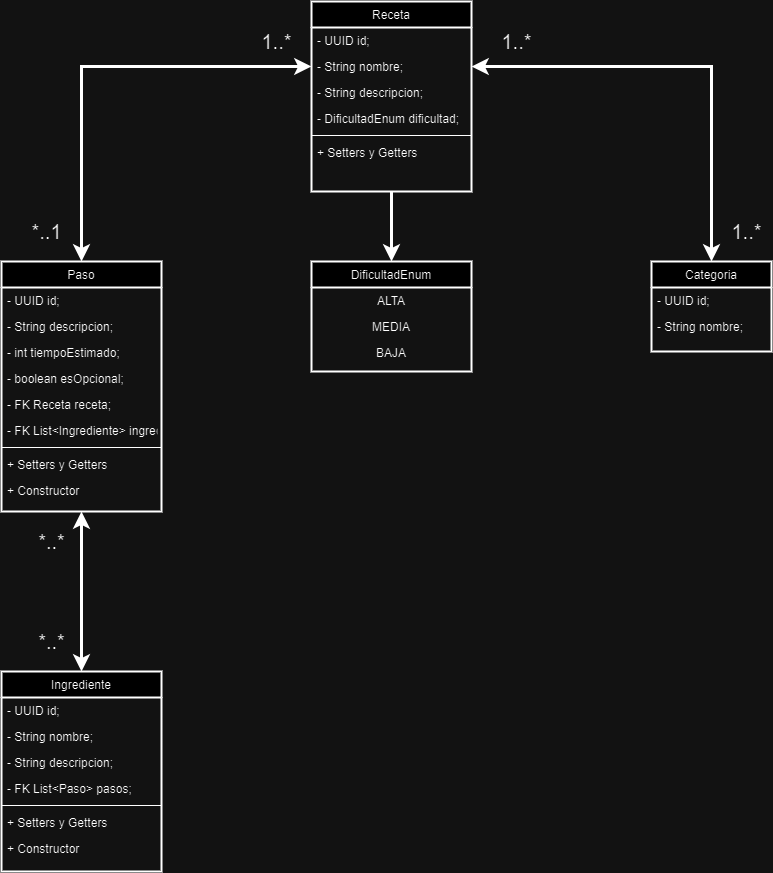
The draw.io diagram Diagrama Gestion Recetas.drawio.png in JerezCFranco/API-Gestion-Recetas-Cocina, before a commit. Source tidied: cells renumbered, new cells last; positions are measured from the earlier drawing's top-left corner, leaving out a move shared by most shapes. Source of this version:
```xml
<mxGraphModel>
  <root>
    <mxCell id="0" />
    <mxCell id="1" parent="0" />
    <mxCell id="2" value="Paso" style="swimlane;fontStyle=0;align=center;verticalAlign=top;horizontal=1;startSize=26;rounded=0;shadow=0;strokeWidth=2;" parent="1" vertex="1">
      <mxGeometry y="260" width="160" height="250" as="geometry" />
    </mxCell>
    <mxCell id="3" value="- UUID id;" style="text;align=left;verticalAlign=top;spacingLeft=4;spacingRight=4;overflow=hidden;" parent="2" vertex="1">
      <mxGeometry y="26" width="160" height="26" as="geometry" />
    </mxCell>
    <mxCell id="4" value="- String descripcion;" style="text;align=left;verticalAlign=top;spacingLeft=4;spacingRight=4;overflow=hidden;rounded=0;shadow=0;html=0;" parent="2" vertex="1">
      <mxGeometry y="52" width="160" height="26" as="geometry" />
    </mxCell>
    <mxCell id="5" value="- int tiempoEstimado;" style="text;align=left;verticalAlign=top;spacingLeft=4;spacingRight=4;overflow=hidden;rounded=0;shadow=0;html=0;" parent="2" vertex="1">
      <mxGeometry y="78" width="160" height="26" as="geometry" />
    </mxCell>
    <mxCell id="6" value="- boolean esOpcional;" style="text;align=left;verticalAlign=top;spacingLeft=4;spacingRight=4;overflow=hidden;rounded=0;shadow=0;html=0;" parent="2" vertex="1">
      <mxGeometry y="104" width="160" height="26" as="geometry" />
    </mxCell>
    <mxCell id="7" value="- FK Receta receta;" style="text;align=left;verticalAlign=top;spacingLeft=4;spacingRight=4;overflow=hidden;rounded=0;shadow=0;html=0;" parent="2" vertex="1">
      <mxGeometry y="130" width="160" height="26" as="geometry" />
    </mxCell>
    <mxCell id="8" value="- FK List&lt;Ingrediente&gt; ingredientes;" style="text;align=left;verticalAlign=top;spacingLeft=4;spacingRight=4;overflow=hidden;rounded=0;shadow=0;html=0;" parent="2" vertex="1">
      <mxGeometry y="156" width="160" height="26" as="geometry" />
    </mxCell>
    <mxCell id="9" style="line;html=1;strokeWidth=1;align=left;verticalAlign=middle;spacingTop=-1;spacingLeft=3;spacingRight=3;labelPosition=right;" parent="2" vertex="1">
      <mxGeometry y="182" width="160" height="8" as="geometry" />
    </mxCell>
    <mxCell id="10" value="+ Setters y Getters" style="text;align=left;verticalAlign=top;spacingLeft=4;spacingRight=4;overflow=hidden;" parent="2" vertex="1">
      <mxGeometry y="190" width="160" height="26" as="geometry" />
    </mxCell>
    <mxCell id="11" value="+ Constructor" style="text;align=left;verticalAlign=top;spacingLeft=4;spacingRight=4;overflow=hidden;" parent="2" vertex="1">
      <mxGeometry y="216" width="160" height="26" as="geometry" />
    </mxCell>
    <mxCell id="12" value="Receta" style="swimlane;fontStyle=0;align=center;verticalAlign=top;horizontal=1;startSize=26;rounded=0;shadow=0;strokeWidth=2;" parent="1" vertex="1">
      <mxGeometry x="310" width="160" height="190" as="geometry" />
    </mxCell>
    <mxCell id="13" value="- UUID id;" style="text;align=left;verticalAlign=top;spacingLeft=4;spacingRight=4;overflow=hidden;" parent="12" vertex="1">
      <mxGeometry y="26" width="160" height="26" as="geometry" />
    </mxCell>
    <mxCell id="14" value="- String nombre;" style="text;align=left;verticalAlign=top;spacingLeft=4;spacingRight=4;overflow=hidden;points=[[0,0.5],[1,0.5]];portConstraint=eastwest;rounded=0;shadow=0;html=0;" parent="12" vertex="1">
      <mxGeometry y="52" width="160" height="26" as="geometry" />
    </mxCell>
    <mxCell id="15" value="- String descripcion;" style="text;align=left;verticalAlign=top;spacingLeft=4;spacingRight=4;overflow=hidden;rounded=0;shadow=0;html=0;" parent="12" vertex="1">
      <mxGeometry y="78" width="160" height="26" as="geometry" />
    </mxCell>
    <mxCell id="16" value="- DificultadEnum dificultad;" style="text;align=left;verticalAlign=top;spacingLeft=4;spacingRight=4;overflow=hidden;rounded=0;shadow=0;html=0;" parent="12" vertex="1">
      <mxGeometry y="104" width="160" height="26" as="geometry" />
    </mxCell>
    <mxCell id="17" style="line;html=1;strokeWidth=1;align=left;verticalAlign=middle;spacingTop=-1;spacingLeft=3;spacingRight=3;labelPosition=right;" parent="12" vertex="1">
      <mxGeometry y="130" width="160" height="8" as="geometry" />
    </mxCell>
    <mxCell id="18" value="+ Setters y Getters" style="text;align=left;verticalAlign=top;spacingLeft=4;spacingRight=4;overflow=hidden;" parent="12" vertex="1">
      <mxGeometry y="138" width="160" height="26" as="geometry" />
    </mxCell>
    <mxCell id="19" value="DificultadEnum" style="swimlane;fontStyle=0;align=center;verticalAlign=top;horizontal=1;startSize=26;rounded=0;shadow=0;strokeWidth=2;" parent="1" vertex="1">
      <mxGeometry x="310" y="260" width="160" height="110" as="geometry" />
    </mxCell>
    <mxCell id="20" value="ALTA" style="text;align=center;verticalAlign=top;spacingLeft=4;spacingRight=4;overflow=hidden;" parent="19" vertex="1">
      <mxGeometry y="26" width="160" height="26" as="geometry" />
    </mxCell>
    <mxCell id="21" value="MEDIA" style="text;align=center;verticalAlign=top;spacingLeft=4;spacingRight=4;overflow=hidden;" parent="19" vertex="1">
      <mxGeometry y="52" width="160" height="26" as="geometry" />
    </mxCell>
    <mxCell id="22" value="BAJA" style="text;align=center;verticalAlign=top;spacingLeft=4;spacingRight=4;overflow=hidden;" parent="19" vertex="1">
      <mxGeometry y="78" width="160" height="26" as="geometry" />
    </mxCell>
    <mxCell id="23" value="Ingrediente" style="swimlane;fontStyle=0;align=center;verticalAlign=top;horizontal=1;startSize=26;rounded=0;shadow=0;strokeWidth=2;" parent="1" vertex="1">
      <mxGeometry y="670" width="160" height="200" as="geometry" />
    </mxCell>
    <mxCell id="24" value="- UUID id;" style="text;align=left;verticalAlign=top;spacingLeft=4;spacingRight=4;overflow=hidden;" parent="23" vertex="1">
      <mxGeometry y="26" width="160" height="26" as="geometry" />
    </mxCell>
    <mxCell id="25" value="- String nombre;" style="text;align=left;verticalAlign=top;spacingLeft=4;spacingRight=4;overflow=hidden;rounded=0;shadow=0;html=0;" parent="23" vertex="1">
      <mxGeometry y="52" width="160" height="26" as="geometry" />
    </mxCell>
    <mxCell id="26" value="- String descripcion;" style="text;align=left;verticalAlign=top;spacingLeft=4;spacingRight=4;overflow=hidden;rounded=0;shadow=0;html=0;" parent="23" vertex="1">
      <mxGeometry y="78" width="160" height="26" as="geometry" />
    </mxCell>
    <mxCell id="27" value="- FK List&lt;Paso&gt; pasos;" style="text;align=left;verticalAlign=top;spacingLeft=4;spacingRight=4;overflow=hidden;rounded=0;shadow=0;html=0;" parent="23" vertex="1">
      <mxGeometry y="104" width="160" height="26" as="geometry" />
    </mxCell>
    <mxCell id="28" style="line;html=1;strokeWidth=1;align=left;verticalAlign=middle;spacingTop=-1;spacingLeft=3;spacingRight=3;labelPosition=right;" parent="23" vertex="1">
      <mxGeometry y="130" width="160" height="8" as="geometry" />
    </mxCell>
    <mxCell id="29" value="+ Setters y Getters" style="text;align=left;verticalAlign=top;spacingLeft=4;spacingRight=4;overflow=hidden;" parent="23" vertex="1">
      <mxGeometry y="138" width="160" height="26" as="geometry" />
    </mxCell>
    <mxCell id="30" value="+ Constructor" style="text;align=left;verticalAlign=top;spacingLeft=4;spacingRight=4;overflow=hidden;" parent="23" vertex="1">
      <mxGeometry y="164" width="160" height="26" as="geometry" />
    </mxCell>
    <mxCell id="31" style="endArrow=classic;startArrow=classic;html=1;rounded=0;fontSize=12;startSize=8;endSize=8;edgeStyle=orthogonalEdgeStyle;exitX=0.5;exitY=0;exitDx=0;exitDy=0;entryX=0;entryY=0.5;entryDx=0;entryDy=0;strokeWidth=3;" parent="1" edge="1" source="2" target="14">
      <mxGeometry relative="1" as="geometry" />
    </mxCell>
    <mxCell id="32" value="&lt;font style=&quot;font-size: 20px;&quot;&gt;*..1&lt;/font&gt;" style="text;html=1;align=center;verticalAlign=middle;strokeColor=none;fillColor=none;fontSize=16;" parent="1" vertex="1">
      <mxGeometry x="20" y="210" width="50" height="40" as="geometry" />
    </mxCell>
    <mxCell id="33" value="1..*" style="text;html=1;align=center;verticalAlign=middle;strokeColor=none;fillColor=none;fontSize=20;" parent="1" vertex="1">
      <mxGeometry x="250" y="20" width="50" height="40" as="geometry" />
    </mxCell>
    <mxCell id="34" value="*..*" style="text;html=1;align=center;verticalAlign=middle;strokeColor=none;fillColor=none;fontSize=20;" parent="1" vertex="1">
      <mxGeometry x="25" y="520" width="50" height="40" as="geometry" />
    </mxCell>
    <mxCell id="35" style="endArrow=classic;html=1;rounded=0;fontSize=12;startSize=8;endSize=8;edgeStyle=orthogonalEdgeStyle;strokeWidth=3;entryX=0.5;entryY=0;entryDx=0;entryDy=0;exitX=0.5;exitY=1;exitDx=0;exitDy=0;" parent="1" edge="1" source="12" target="19">
      <mxGeometry relative="1" as="geometry" />
    </mxCell>
    <mxCell id="36" value="1..*" style="text;html=1;align=center;verticalAlign=middle;strokeColor=none;fillColor=none;fontSize=20;" parent="1" vertex="1">
      <mxGeometry x="490" y="20" width="50" height="40" as="geometry" />
    </mxCell>
    <mxCell id="37" value="Categoria" style="swimlane;fontStyle=0;align=center;verticalAlign=top;horizontal=1;startSize=26;rounded=0;shadow=0;strokeWidth=2;" parent="1" vertex="1">
      <mxGeometry x="650" y="260" width="120" height="90" as="geometry" />
    </mxCell>
    <mxCell id="38" value="- UUID id;" style="text;align=left;verticalAlign=top;spacingLeft=4;spacingRight=4;overflow=hidden;" parent="37" vertex="1">
      <mxGeometry y="26" width="120" height="26" as="geometry" />
    </mxCell>
    <mxCell id="39" value="- String nombre;" style="text;align=left;verticalAlign=top;spacingLeft=4;spacingRight=4;overflow=hidden;rounded=0;shadow=0;html=0;" parent="37" vertex="1">
      <mxGeometry y="52" width="120" height="26" as="geometry" />
    </mxCell>
    <mxCell id="40" value="*..*" style="text;html=1;align=center;verticalAlign=middle;strokeColor=none;fillColor=none;fontSize=20;" parent="1" vertex="1">
      <mxGeometry x="25" y="620" width="50" height="40" as="geometry" />
    </mxCell>
    <mxCell id="41" value="1..*" style="text;html=1;align=center;verticalAlign=middle;strokeColor=none;fillColor=none;fontSize=20;" parent="1" vertex="1">
      <mxGeometry x="720" y="210" width="50" height="40" as="geometry" />
    </mxCell>
    <mxCell id="42" style="endArrow=classic;startArrow=classic;html=1;rounded=0;fontSize=12;startSize=8;endSize=8;edgeStyle=orthogonalEdgeStyle;exitX=1;exitY=0.5;exitDx=0;exitDy=0;entryX=0.5;entryY=0;entryDx=0;entryDy=0;strokeWidth=3;" parent="1" edge="1" source="14" target="37">
      <mxGeometry relative="1" as="geometry" />
    </mxCell>
    <mxCell id="43" style="endArrow=classic;startArrow=classic;html=1;rounded=0;fontSize=12;startSize=8;endSize=8;edgeStyle=orthogonalEdgeStyle;exitX=0.5;exitY=0;exitDx=0;exitDy=0;entryX=0.5;entryY=1;entryDx=0;entryDy=0;strokeWidth=3;" parent="1" edge="1" source="23" target="2">
      <mxGeometry relative="1" as="geometry" />
    </mxCell>
  </root>
</mxGraphModel>
```
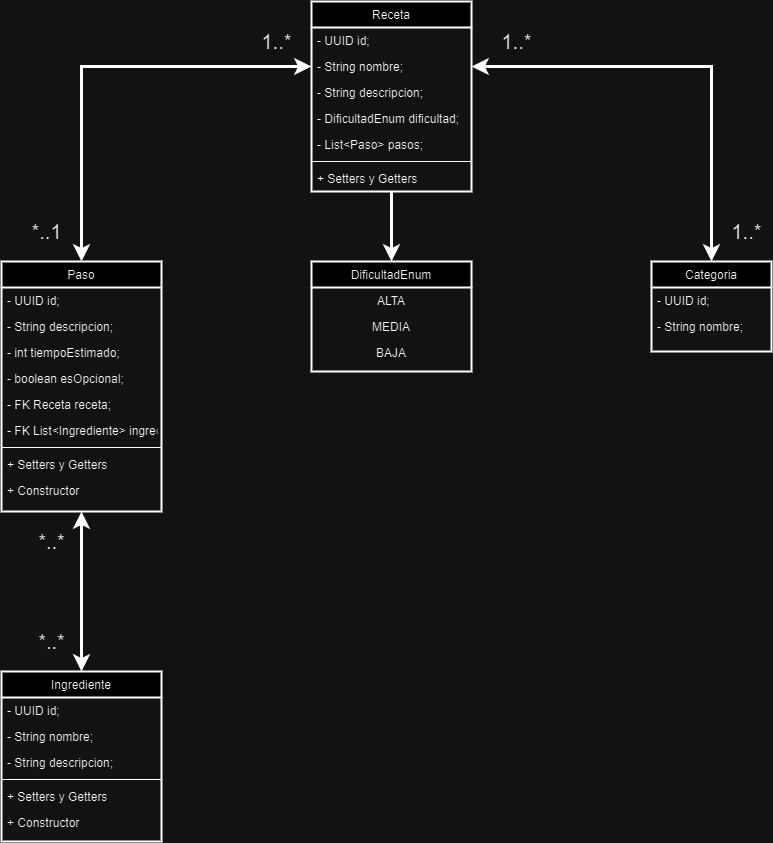
After the change.

Change to the diagram source:
```diff
@@ -47,11 +47,14 @@
     <mxCell id="16" value="- DificultadEnum dificultad;" style="text;align=left;verticalAlign=top;spacingLeft=4;spacingRight=4;overflow=hidden;rounded=0;shadow=0;html=0;" parent="12" vertex="1">
       <mxGeometry y="104" width="160" height="26" as="geometry" />
     </mxCell>
+    <mxCell id="27" value="- List&lt;Paso&gt; pasos;" style="text;align=left;verticalAlign=top;spacingLeft=4;spacingRight=4;overflow=hidden;rounded=0;shadow=0;html=0;" parent="12" vertex="1">
+      <mxGeometry y="130" width="160" height="26" as="geometry" />
+    </mxCell>
     <mxCell id="17" style="line;html=1;strokeWidth=1;align=left;verticalAlign=middle;spacingTop=-1;spacingLeft=3;spacingRight=3;labelPosition=right;" parent="12" vertex="1">
-      <mxGeometry y="130" width="160" height="8" as="geometry" />
+      <mxGeometry y="156" width="160" height="8" as="geometry" />
     </mxCell>
     <mxCell id="18" value="+ Setters y Getters" style="text;align=left;verticalAlign=top;spacingLeft=4;spacingRight=4;overflow=hidden;" parent="12" vertex="1">
-      <mxGeometry y="138" width="160" height="26" as="geometry" />
+      <mxGeometry y="164" width="160" height="26" as="geometry" />
     </mxCell>
     <mxCell id="19" value="DificultadEnum" style="swimlane;fontStyle=0;align=center;verticalAlign=top;horizontal=1;startSize=26;rounded=0;shadow=0;strokeWidth=2;" parent="1" vertex="1">
       <mxGeometry x="310" y="260" width="160" height="110" as="geometry" />
@@ -66,7 +69,7 @@
       <mxGeometry y="78" width="160" height="26" as="geometry" />
     </mxCell>
     <mxCell id="23" value="Ingrediente" style="swimlane;fontStyle=0;align=center;verticalAlign=top;horizontal=1;startSize=26;rounded=0;shadow=0;strokeWidth=2;" parent="1" vertex="1">
-      <mxGeometry y="670" width="160" height="200" as="geometry" />
+      <mxGeometry y="670" width="160" height="170" as="geometry" />
     </mxCell>
     <mxCell id="24" value="- UUID id;" style="text;align=left;verticalAlign=top;spacingLeft=4;spacingRight=4;overflow=hidden;" parent="23" vertex="1">
       <mxGeometry y="26" width="160" height="26" as="geometry" />
@@ -77,17 +80,14 @@
     <mxCell id="26" value="- String descripcion;" style="text;align=left;verticalAlign=top;spacingLeft=4;spacingRight=4;overflow=hidden;rounded=0;shadow=0;html=0;" parent="23" vertex="1">
       <mxGeometry y="78" width="160" height="26" as="geometry" />
     </mxCell>
-    <mxCell id="27" value="- FK List&lt;Paso&gt; pasos;" style="text;align=left;verticalAlign=top;spacingLeft=4;spacingRight=4;overflow=hidden;rounded=0;shadow=0;html=0;" parent="23" vertex="1">
-      <mxGeometry y="104" width="160" height="26" as="geometry" />
-    </mxCell>
     <mxCell id="28" style="line;html=1;strokeWidth=1;align=left;verticalAlign=middle;spacingTop=-1;spacingLeft=3;spacingRight=3;labelPosition=right;" parent="23" vertex="1">
-      <mxGeometry y="130" width="160" height="8" as="geometry" />
+      <mxGeometry y="104" width="160" height="8" as="geometry" />
     </mxCell>
     <mxCell id="29" value="+ Setters y Getters" style="text;align=left;verticalAlign=top;spacingLeft=4;spacingRight=4;overflow=hidden;" parent="23" vertex="1">
-      <mxGeometry y="138" width="160" height="26" as="geometry" />
+      <mxGeometry y="112" width="160" height="26" as="geometry" />
     </mxCell>
     <mxCell id="30" value="+ Constructor" style="text;align=left;verticalAlign=top;spacingLeft=4;spacingRight=4;overflow=hidden;" parent="23" vertex="1">
-      <mxGeometry y="164" width="160" height="26" as="geometry" />
+      <mxGeometry y="138" width="160" height="26" as="geometry" />
     </mxCell>
     <mxCell id="31" style="endArrow=classic;startArrow=classic;html=1;rounded=0;fontSize=12;startSize=8;endSize=8;edgeStyle=orthogonalEdgeStyle;exitX=0.5;exitY=0;exitDx=0;exitDy=0;entryX=0;entryY=0.5;entryDx=0;entryDy=0;strokeWidth=3;" parent="1" edge="1" source="2" target="14">
       <mxGeometry relative="1" as="geometry" />
```
